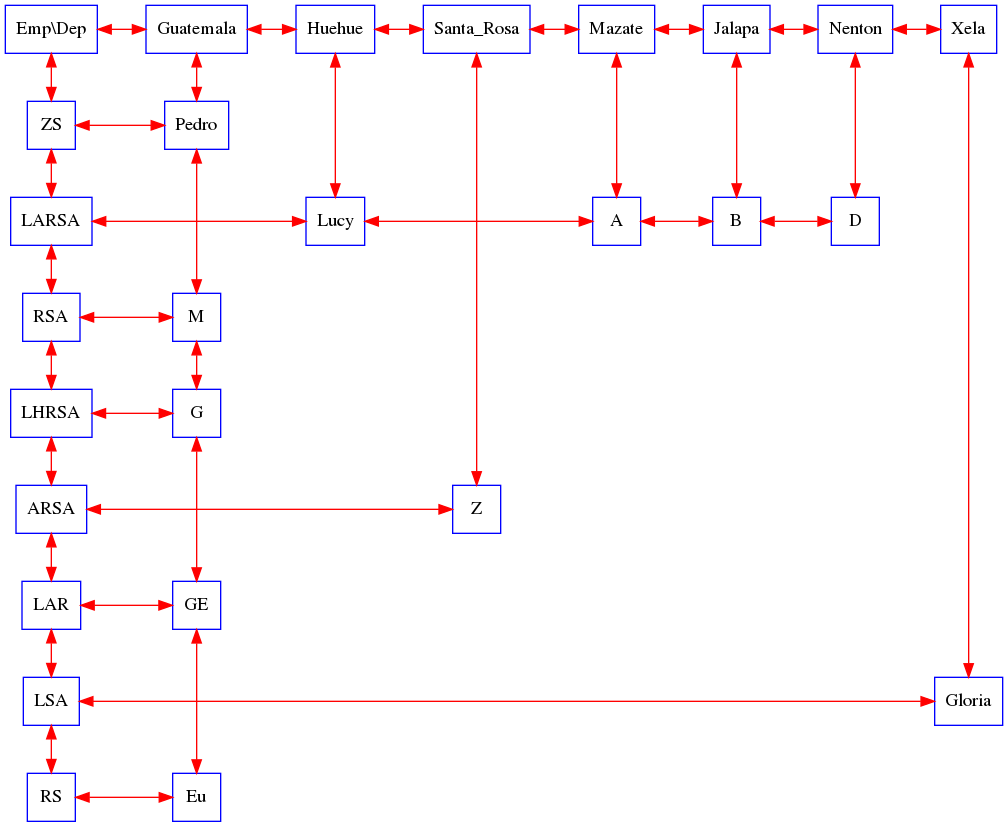
The Graphviz diagram build/matriz.png in martinfdev/EstructurasenC-P1, before a commit. Its source is kept beside it as build/matriz.dot.
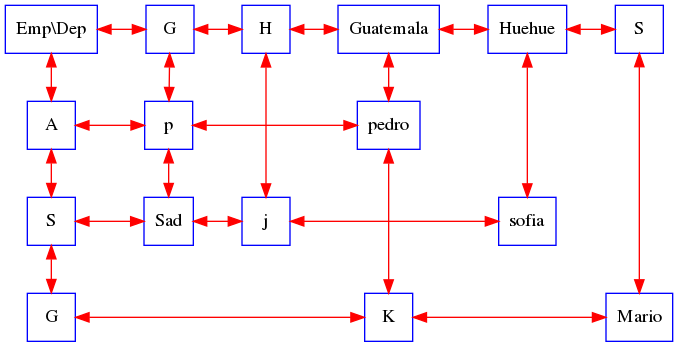
After the change.

What changed in the source:
```diff
@@ -4,82 +4,51 @@
 edge [color= red];
 graph[ nodesep = 0.5];
 nodeXY [label="Emp\\Dep"];
+nodeXG [label="G"];
+nodeXH [label="H"];
 nodeXGuatemala [label="Guatemala"];
 nodeXHuehue [label="Huehue"];
-nodeXSanta_Rosa [label="Santa_Rosa"];
-nodeXMazate [label="Mazate"];
-nodeXJalapa [label="Jalapa"];
-nodeXNenton [label="Nenton"];
-nodeXXela [label="Xela"];
+nodeXS [label="S"];
 
-nodeYZS [label="ZS"];
-nodeYLARSA [label="LARSA"];
-nodeYRSA [label="RSA"];
-nodeYLHRSA [label="LHRSA"];
-nodeYARSA [label="ARSA"];
-nodeYLAR [label="LAR"];
-nodeYLSA [label="LSA"];
-nodeYRS [label="RS"];
+nodeYA [label="A"];
+nodeYS [label="S"];
+nodeYG [label="G"];
 
-nodevGuatemalaZS [label="Pedro"];
-nodevHuehueLARSA [label="Lucy"];
-nodevMazateLARSA [label="A"];
-nodevJalapaLARSA [label="B"];
-nodevNentonLARSA [label="D"];
-nodevGuatemalaRSA [label="M"];
-nodevGuatemalaLHRSA [label="G"];
-nodevSanta_RosaARSA [label="Z"];
-nodevGuatemalaLAR [label="GE"];
-nodevXelaLSA [label="Gloria"];
-nodevGuatemalaRS [label="Eu"];
+nodevGA [label="p"];
+nodevGuatemalaA [label="pedro"];
+nodevGS [label="Sad"];
+nodevHS [label="j"];
+nodevHuehueS [label="sofia"];
+nodevGuatemalaG [label="K"];
+nodevSG [label="Mario"];
 
-nodeXY -> nodeXGuatemala [dir=both];
+nodeXY -> nodeXG [dir=both];
+nodeXG -> nodeXH [dir=both];
+nodeXH -> nodeXGuatemala [dir=both];
 nodeXGuatemala -> nodeXHuehue [dir=both];
-nodeXHuehue -> nodeXSanta_Rosa [dir=both];
-nodeXSanta_Rosa -> nodeXMazate [dir=both];
-nodeXMazate -> nodeXJalapa [dir=both];
-nodeXJalapa -> nodeXNenton [dir=both];
-nodeXNenton -> nodeXXela [dir=both];
+nodeXHuehue -> nodeXS [dir=both];
 
-nodeXY -> nodeYZS [dir=both];
-nodeYZS -> nodeYLARSA [dir=both];
-nodeYLARSA -> nodeYRSA [dir=both];
-nodeYRSA -> nodeYLHRSA [dir=both];
-nodeYLHRSA -> nodeYARSA [dir=both];
-nodeYARSA -> nodeYLAR [dir=both];
-nodeYLAR -> nodeYLSA [dir=both];
-nodeYLSA -> nodeYRS [dir=both];
+nodeXY -> nodeYA [dir=both];
+nodeYA -> nodeYS [dir=both];
+nodeYS -> nodeYG [dir=both];
 
-nodeXGuatemala -> nodevGuatemalaZS [dir=both];
-nodevGuatemalaZS -> nodevGuatemalaRSA [dir=both];
-nodevGuatemalaRSA -> nodevGuatemalaLHRSA [dir=both];
-nodevGuatemalaLHRSA -> nodevGuatemalaLAR [dir=both];
-nodevGuatemalaLAR -> nodevGuatemalaRS [dir=both];
-nodeXHuehue -> nodevHuehueLARSA [dir=both];
-nodeXSanta_Rosa -> nodevSanta_RosaARSA [dir=both];
-nodeXMazate -> nodevMazateLARSA [dir=both];
-nodeXJalapa -> nodevJalapaLARSA [dir=both];
-nodeXNenton -> nodevNentonLARSA [dir=both];
-nodeXXela -> nodevXelaLSA [dir=both];
-nodeYZS -> nodevGuatemalaZS [constraint=false, dir=both];
-nodeYLARSA -> nodevHuehueLARSA [constraint=false, dir=both];
-nodevHuehueLARSA -> nodevMazateLARSA [constraint=false, dir=both];
-nodevMazateLARSA -> nodevJalapaLARSA [constraint=false, dir=both];
-nodevJalapaLARSA -> nodevNentonLARSA [constraint=false, dir=both];
-nodeYRSA -> nodevGuatemalaRSA [constraint=false, dir=both];
-nodeYLHRSA -> nodevGuatemalaLHRSA [constraint=false, dir=both];
-nodeYARSA -> nodevSanta_RosaARSA [constraint=false, dir=both];
-nodeYLAR -> nodevGuatemalaLAR [constraint=false, dir=both];
-nodeYLSA -> nodevXelaLSA [constraint=false, dir=both];
-nodeYRS -> nodevGuatemalaRS [constraint=false, dir=both];
+nodeXG -> nodevGA [dir=both];
+nodevGA -> nodevGS [dir=both];
+nodeXH -> nodevHS [dir=both];
+nodeXGuatemala -> nodevGuatemalaA [dir=both];
+nodevGuatemalaA -> nodevGuatemalaG [dir=both];
+nodeXHuehue -> nodevHuehueS [dir=both];
+nodeXS -> nodevSG [dir=both];
+nodeYA -> nodevGA [constraint=false, dir=both];
+nodevGA -> nodevGuatemalaA [constraint=false, dir=both];
+nodeYS -> nodevGS [constraint=false, dir=both];
+nodevGS -> nodevHS [constraint=false, dir=both];
+nodevHS -> nodevHuehueS [constraint=false, dir=both];
+nodeYG -> nodevGuatemalaG [constraint=false, dir=both];
+nodevGuatemalaG -> nodevSG [constraint=false, dir=both];
 
-{rank=same; nodeXY; nodeXGuatemala; nodeXHuehue; nodeXSanta_Rosa; nodeXMazate; nodeXJalapa; nodeXNenton; nodeXXela; }
-{rank=same; nodeYZS; nodevGuatemalaZS; }
-{rank=same; nodeYLARSA; nodevHuehueLARSA; nodevMazateLARSA; nodevJalapaLARSA; nodevNentonLARSA; }
-{rank=same; nodeYRSA; nodevGuatemalaRSA; }
-{rank=same; nodeYLHRSA; nodevGuatemalaLHRSA; }
-{rank=same; nodeYARSA; nodevSanta_RosaARSA; }
-{rank=same; nodeYLAR; nodevGuatemalaLAR; }
-{rank=same; nodeYLSA; nodevXelaLSA; }
-{rank=same; nodeYRS; nodevGuatemalaRS; }
+{rank=same; nodeXY; nodeXG; nodeXH; nodeXGuatemala; nodeXHuehue; nodeXS; }
+{rank=same; nodeYA; nodevGA; nodevGuatemalaA; }
+{rank=same; nodeYS; nodevGS; nodevHS; nodevHuehueS; }
+{rank=same; nodeYG; nodevGuatemalaG; nodevSG; }
 }
```
